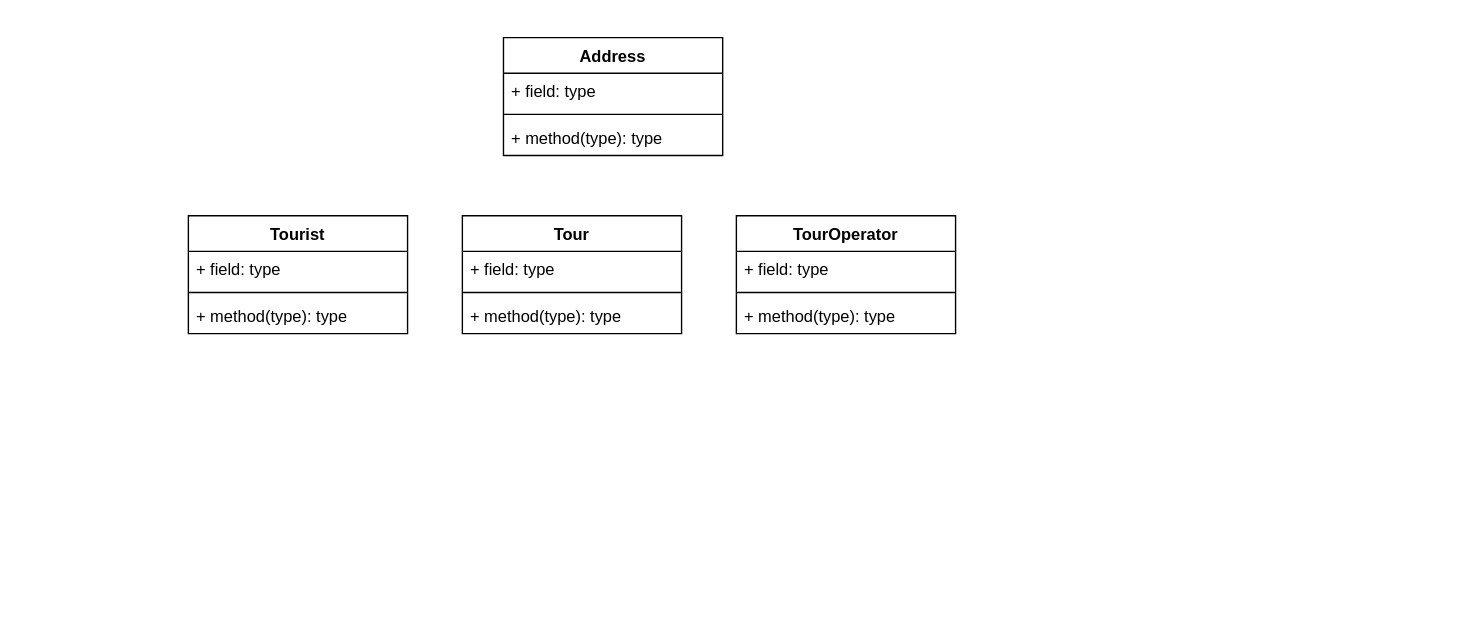
BlenDMinh/SaigonTour keeps this draw.io diagram as page "Class Diagram (Backend)" (3 of 6) of document/diagram.drawio. Above is the earlier version. Source tidied: cells renumbered, new cells numbered last; positions are measured from the earlier drawing's top-left corner, leaving out a move shared by most shapes. Both pictures are drawn from the tidied source at 137%, with x=0, y=0 at pixel (188, 37).
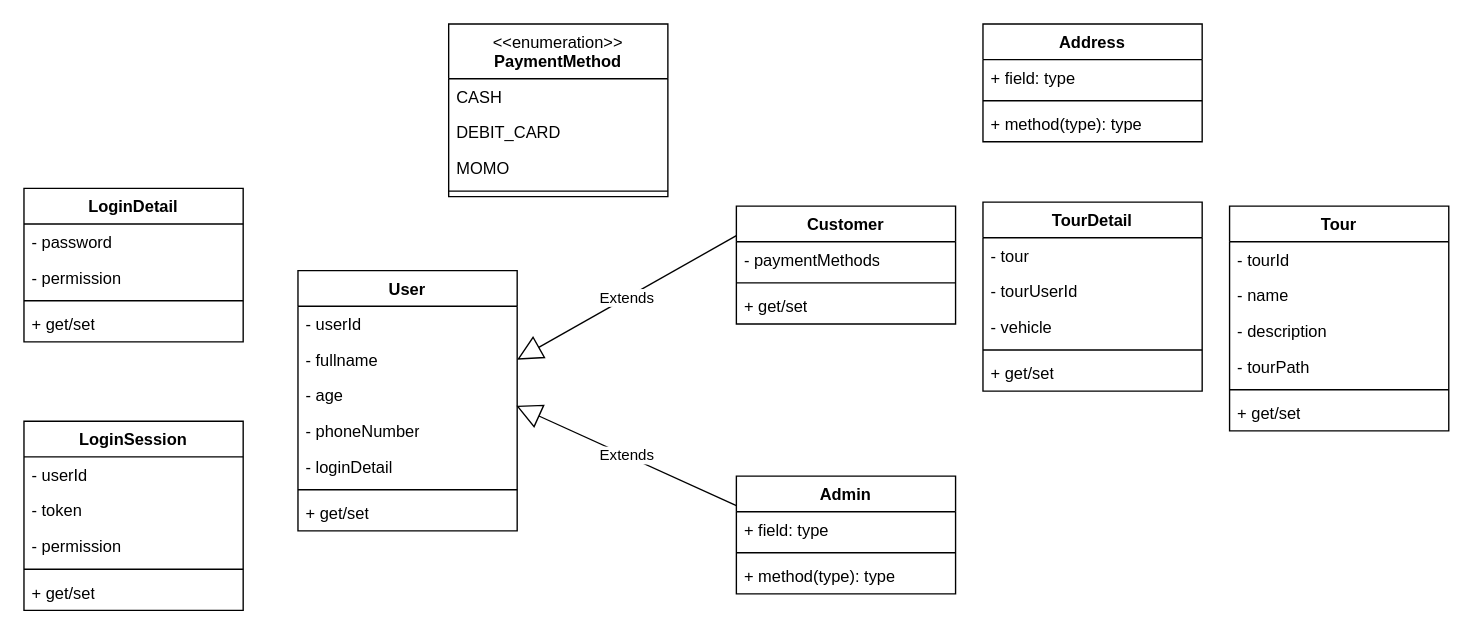
The same page after the edit.

What changed in the source:
```diff
@@
-    <mxCell id="2" value="Tourist" style="swimlane;fontStyle=1;align=center;verticalAlign=top;horizontal=1;startSize=26;whiteSpace=wrap;html=1;" parent="1" vertex="1">
-      <mxGeometry y="130" width="160" height="86" as="geometry" />
+    <mxCell id="2" value="Customer" style="swimlane;fontStyle=1;align=center;verticalAlign=top;horizontal=1;startSize=26;whiteSpace=wrap;html=1;" parent="1" vertex="1">
+      <mxGeometry x="400" y="123" width="160" height="86" as="geometry" />
     </mxCell>
-    <mxCell id="3" value="+ field: type" style="text;strokeColor=none;fillColor=none;align=left;verticalAlign=top;spacingLeft=4;spacingRight=4;overflow=hidden;whiteSpace=wrap;html=1;" parent="2" vertex="1">
+    <mxCell id="3" value="- paymentMethods" style="text;strokeColor=none;fillColor=none;align=left;verticalAlign=top;spacingLeft=4;spacingRight=4;overflow=hidden;whiteSpace=wrap;html=1;" parent="2" vertex="1">
       <mxGeometry y="26" width="160" height="26" as="geometry" />
     </mxCell>
@@
-    <mxCell id="5" value="+ method(type): type" style="text;strokeColor=none;fillColor=none;align=left;verticalAlign=top;spacingLeft=4;spacingRight=4;overflow=hidden;whiteSpace=wrap;html=1;" parent="2" vertex="1">
+    <mxCell id="5" value="+ get/set" style="text;strokeColor=none;fillColor=none;align=left;verticalAlign=top;spacingLeft=4;spacingRight=4;overflow=hidden;whiteSpace=wrap;html=1;" parent="2" vertex="1">
       <mxGeometry y="60" width="160" height="26" as="geometry" />
     </mxCell>
     <mxCell id="6" value="Tour" style="swimlane;fontStyle=1;align=center;verticalAlign=top;horizontal=1;startSize=26;whiteSpace=wrap;html=1;" parent="1" vertex="1">
-      <mxGeometry x="200" y="130" width="160" height="86" as="geometry" />
+      <mxGeometry x="760" y="123" width="160" height="164" as="geometry" />
     </mxCell>
-    <mxCell id="7" value="+ field: type" style="text;strokeColor=none;fillColor=none;align=left;verticalAlign=top;spacingLeft=4;spacingRight=4;overflow=hidden;whiteSpace=wrap;html=1;" parent="6" vertex="1">
+    <mxCell id="7" value="- tourId" style="text;strokeColor=none;fillColor=none;align=left;verticalAlign=top;spacingLeft=4;spacingRight=4;overflow=hidden;whiteSpace=wrap;html=1;" parent="6" vertex="1">
       <mxGeometry y="26" width="160" height="26" as="geometry" />
     </mxCell>
+    <mxCell id="18" value="- name" style="text;strokeColor=none;fillColor=none;align=left;verticalAlign=top;spacingLeft=4;spacingRight=4;overflow=hidden;whiteSpace=wrap;html=1;" parent="6" vertex="1">
+      <mxGeometry y="52" width="160" height="26" as="geometry" />
+    </mxCell>
+    <mxCell id="19" value="- description" style="text;strokeColor=none;fillColor=none;align=left;verticalAlign=top;spacingLeft=4;spacingRight=4;overflow=hidden;whiteSpace=wrap;html=1;" parent="6" vertex="1">
+      <mxGeometry y="78" width="160" height="26" as="geometry" />
+    </mxCell>
+    <mxCell id="20" value="- tourPath" style="text;strokeColor=none;fillColor=none;align=left;verticalAlign=top;spacingLeft=4;spacingRight=4;overflow=hidden;whiteSpace=wrap;html=1;" parent="6" vertex="1">
+      <mxGeometry y="104" width="160" height="26" as="geometry" />
+    </mxCell>
     <mxCell id="8" style="line;strokeWidth=1;fillColor=none;align=left;verticalAlign=middle;spacingTop=-1;spacingLeft=3;spacingRight=3;labelPosition=right;strokeColor=inherit;" parent="6" vertex="1">
-      <mxGeometry y="52" width="160" height="8" as="geometry" />
+      <mxGeometry y="130" width="160" height="8" as="geometry" />
     </mxCell>
-    <mxCell id="9" value="+ method(type): type" style="text;strokeColor=none;fillColor=none;align=left;verticalAlign=top;spacingLeft=4;spacingRight=4;overflow=hidden;whiteSpace=wrap;html=1;" parent="6" vertex="1">
-      <mxGeometry y="60" width="160" height="26" as="geometry" />
+    <mxCell id="9" value="+ get/set" style="text;strokeColor=none;fillColor=none;align=left;verticalAlign=top;spacingLeft=4;spacingRight=4;overflow=hidden;whiteSpace=wrap;html=1;" parent="6" vertex="1">
+      <mxGeometry y="138" width="160" height="26" as="geometry" />
     </mxCell>
-    <mxCell id="10" value="TourOperator" style="swimlane;fontStyle=1;align=center;verticalAlign=top;horizontal=1;startSize=26;whiteSpace=wrap;html=1;" parent="1" vertex="1">
-      <mxGeometry x="400" y="130" width="160" height="86" as="geometry" />
-    </mxCell>
-    <mxCell id="11" value="+ field: type" style="text;strokeColor=none;fillColor=none;align=left;verticalAlign=top;spacingLeft=4;spacingRight=4;overflow=hidden;whiteSpace=wrap;html=1;" parent="10" vertex="1">
-      <mxGeometry y="26" width="160" height="26" as="geometry" />
-    </mxCell>
-    <mxCell id="12" style="line;strokeWidth=1;fillColor=none;align=left;verticalAlign=middle;spacingTop=-1;spacingLeft=3;spacingRight=3;labelPosition=right;strokeColor=inherit;" parent="10" vertex="1">
-      <mxGeometry y="52" width="160" height="8" as="geometry" />
-    </mxCell>
-    <mxCell id="13" value="+ method(type): type" style="text;strokeColor=none;fillColor=none;align=left;verticalAlign=top;spacingLeft=4;spacingRight=4;overflow=hidden;whiteSpace=wrap;html=1;" parent="10" vertex="1">
-      <mxGeometry y="60" width="160" height="26" as="geometry" />
-    </mxCell>
     <mxCell id="14" value="Address" style="swimlane;fontStyle=1;align=center;verticalAlign=top;horizontal=1;startSize=26;whiteSpace=wrap;html=1;" parent="1" vertex="1">
-      <mxGeometry x="230" width="160" height="86" as="geometry" />
+      <mxGeometry x="580" y="-10" width="160" height="86" as="geometry" />
     </mxCell>
@@
+    <mxCell id="21" value="Admin" style="swimlane;fontStyle=1;align=center;verticalAlign=top;horizontal=1;startSize=26;whiteSpace=wrap;html=1;" parent="1" vertex="1">
+      <mxGeometry x="400" y="320" width="160" height="86" as="geometry" />
+    </mxCell>
+    <mxCell id="11" value="+ field: type" style="text;strokeColor=none;fillColor=none;align=left;verticalAlign=top;spacingLeft=4;spacingRight=4;overflow=hidden;whiteSpace=wrap;html=1;" parent="21" vertex="1">
+      <mxGeometry y="26" width="160" height="26" as="geometry" />
+    </mxCell>
+    <mxCell id="12" style="line;strokeWidth=1;fillColor=none;align=left;verticalAlign=middle;spacingTop=-1;spacingLeft=3;spacingRight=3;labelPosition=right;strokeColor=inherit;" parent="21" vertex="1">
+      <mxGeometry y="52" width="160" height="8" as="geometry" />
+    </mxCell>
+    <mxCell id="13" value="+ method(type): type" style="text;strokeColor=none;fillColor=none;align=left;verticalAlign=top;spacingLeft=4;spacingRight=4;overflow=hidden;whiteSpace=wrap;html=1;" parent="21" vertex="1">
+      <mxGeometry y="60" width="160" height="26" as="geometry" />
+    </mxCell>
+    <mxCell id="22" value="LoginDetail" style="swimlane;fontStyle=1;align=center;verticalAlign=top;horizontal=1;startSize=26;whiteSpace=wrap;html=1;" parent="1" vertex="1">
+      <mxGeometry x="-120" y="110" width="160" height="112" as="geometry" />
+    </mxCell>
+    <mxCell id="23" value="- password" style="text;strokeColor=none;fillColor=none;align=left;verticalAlign=top;spacingLeft=4;spacingRight=4;overflow=hidden;whiteSpace=wrap;html=1;" parent="22" vertex="1">
+      <mxGeometry y="26" width="160" height="26" as="geometry" />
+    </mxCell>
+    <mxCell id="24" value="- permission" style="text;strokeColor=none;fillColor=none;align=left;verticalAlign=top;spacingLeft=4;spacingRight=4;overflow=hidden;whiteSpace=wrap;html=1;" parent="22" vertex="1">
+      <mxGeometry y="52" width="160" height="26" as="geometry" />
+    </mxCell>
+    <mxCell id="25" style="line;strokeWidth=1;fillColor=none;align=left;verticalAlign=middle;spacingTop=-1;spacingLeft=3;spacingRight=3;labelPosition=right;strokeColor=inherit;" parent="22" vertex="1">
+      <mxGeometry y="78" width="160" height="8" as="geometry" />
+    </mxCell>
+    <mxCell id="26" value="+ get/set" style="text;strokeColor=none;fillColor=none;align=left;verticalAlign=top;spacingLeft=4;spacingRight=4;overflow=hidden;whiteSpace=wrap;html=1;" parent="22" vertex="1">
+      <mxGeometry y="86" width="160" height="26" as="geometry" />
+    </mxCell>
+    <mxCell id="27" value="LoginSession" style="swimlane;fontStyle=1;align=center;verticalAlign=top;horizontal=1;startSize=26;whiteSpace=wrap;html=1;" parent="1" vertex="1">
+      <mxGeometry x="-120" y="280" width="160" height="138" as="geometry" />
+    </mxCell>
+    <mxCell id="28" value="- userId" style="text;strokeColor=none;fillColor=none;align=left;verticalAlign=top;spacingLeft=4;spacingRight=4;overflow=hidden;whiteSpace=wrap;html=1;" parent="27" vertex="1">
+      <mxGeometry y="26" width="160" height="26" as="geometry" />
+    </mxCell>
+    <mxCell id="29" value="- token" style="text;strokeColor=none;fillColor=none;align=left;verticalAlign=top;spacingLeft=4;spacingRight=4;overflow=hidden;whiteSpace=wrap;html=1;" parent="27" vertex="1">
+      <mxGeometry y="52" width="160" height="26" as="geometry" />
+    </mxCell>
+    <mxCell id="30" value="- permission" style="text;strokeColor=none;fillColor=none;align=left;verticalAlign=top;spacingLeft=4;spacingRight=4;overflow=hidden;whiteSpace=wrap;html=1;" parent="27" vertex="1">
+      <mxGeometry y="78" width="160" height="26" as="geometry" />
+    </mxCell>
+    <mxCell id="31" style="line;strokeWidth=1;fillColor=none;align=left;verticalAlign=middle;spacingTop=-1;spacingLeft=3;spacingRight=3;labelPosition=right;strokeColor=inherit;" parent="27" vertex="1">
+      <mxGeometry y="104" width="160" height="8" as="geometry" />
+    </mxCell>
+    <mxCell id="32" value="+ get/set" style="text;strokeColor=none;fillColor=none;align=left;verticalAlign=top;spacingLeft=4;spacingRight=4;overflow=hidden;whiteSpace=wrap;html=1;" parent="27" vertex="1">
+      <mxGeometry y="112" width="160" height="26" as="geometry" />
+    </mxCell>
+    <mxCell id="33" value="User" style="swimlane;fontStyle=1;align=center;verticalAlign=top;horizontal=1;startSize=26;whiteSpace=wrap;html=1;" parent="1" vertex="1">
+      <mxGeometry x="80" y="170" width="160" height="190" as="geometry" />
+    </mxCell>
+    <mxCell id="34" value="- userId" style="text;strokeColor=none;fillColor=none;align=left;verticalAlign=top;spacingLeft=4;spacingRight=4;overflow=hidden;whiteSpace=wrap;html=1;" parent="33" vertex="1">
+      <mxGeometry y="26" width="160" height="26" as="geometry" />
+    </mxCell>
+    <mxCell id="35" value="- fullname" style="text;strokeColor=none;fillColor=none;align=left;verticalAlign=top;spacingLeft=4;spacingRight=4;overflow=hidden;points=[[0,0.5],[1,0.5]];portConstraint=eastwest;whiteSpace=wrap;html=1;" parent="33" vertex="1">
+      <mxGeometry y="52" width="160" height="26" as="geometry" />
+    </mxCell>
+    <mxCell id="36" value="- age" style="text;strokeColor=none;fillColor=none;align=left;verticalAlign=top;spacingLeft=4;spacingRight=4;overflow=hidden;points=[[0,0.5],[1,0.5]];portConstraint=eastwest;whiteSpace=wrap;html=1;" parent="33" vertex="1">
+      <mxGeometry y="78" width="160" height="26" as="geometry" />
+    </mxCell>
+    <mxCell id="37" value="- phoneNumber" style="text;strokeColor=none;fillColor=none;align=left;verticalAlign=top;spacingLeft=4;spacingRight=4;overflow=hidden;whiteSpace=wrap;html=1;" parent="33" vertex="1">
+      <mxGeometry y="104" width="160" height="26" as="geometry" />
+    </mxCell>
+    <mxCell id="38" value="- loginDetail" style="text;strokeColor=none;fillColor=none;align=left;verticalAlign=top;spacingLeft=4;spacingRight=4;overflow=hidden;whiteSpace=wrap;html=1;" parent="33" vertex="1">
+      <mxGeometry y="130" width="160" height="26" as="geometry" />
+    </mxCell>
+    <mxCell id="39" style="line;strokeWidth=1;fillColor=none;align=left;verticalAlign=middle;spacingTop=-1;spacingLeft=3;spacingRight=3;labelPosition=right;strokeColor=inherit;" parent="33" vertex="1">
+      <mxGeometry y="156" width="160" height="8" as="geometry" />
+    </mxCell>
+    <mxCell id="40" value="+ get/set" style="text;strokeColor=none;fillColor=none;align=left;verticalAlign=top;spacingLeft=4;spacingRight=4;overflow=hidden;whiteSpace=wrap;html=1;" parent="33" vertex="1">
+      <mxGeometry y="164" width="160" height="26" as="geometry" />
+    </mxCell>
+    <mxCell id="41" value="Extends" style="endArrow=block;endSize=16;endFill=0;html=1;rounded=0;exitX=0;exitY=0.25;exitDx=0;exitDy=0;entryX=1;entryY=0.5;entryDx=0;entryDy=0;" parent="1" edge="1" source="2" target="35">
+      <mxGeometry relative="1" as="geometry" />
+    </mxCell>
+    <mxCell id="42" value="Extends" style="endArrow=block;endSize=16;endFill=0;html=1;rounded=0;exitX=0;exitY=0.25;exitDx=0;exitDy=0;entryX=0.996;entryY=0.795;entryDx=0;entryDy=0;entryPerimeter=0;" parent="1" edge="1" source="21" target="36">
+      <mxGeometry relative="1" as="geometry" />
+    </mxCell>
+    <mxCell id="43" value="TourDetail" style="swimlane;fontStyle=1;align=center;verticalAlign=top;horizontal=1;startSize=26;whiteSpace=wrap;html=1;" parent="1" vertex="1">
+      <mxGeometry x="580" y="120" width="160" height="138" as="geometry" />
+    </mxCell>
+    <mxCell id="44" value="- tour" style="text;strokeColor=none;fillColor=none;align=left;verticalAlign=top;spacingLeft=4;spacingRight=4;overflow=hidden;whiteSpace=wrap;html=1;" parent="43" vertex="1">
+      <mxGeometry y="26" width="160" height="26" as="geometry" />
+    </mxCell>
+    <mxCell id="45" value="- tourUserId" style="text;strokeColor=none;fillColor=none;align=left;verticalAlign=top;spacingLeft=4;spacingRight=4;overflow=hidden;whiteSpace=wrap;html=1;" parent="43" vertex="1">
+      <mxGeometry y="52" width="160" height="26" as="geometry" />
+    </mxCell>
+    <mxCell id="46" value="- vehicle" style="text;strokeColor=none;fillColor=none;align=left;verticalAlign=top;spacingLeft=4;spacingRight=4;overflow=hidden;whiteSpace=wrap;html=1;" parent="43" vertex="1">
+      <mxGeometry y="78" width="160" height="26" as="geometry" />
+    </mxCell>
+    <mxCell id="47" style="line;strokeWidth=1;fillColor=none;align=left;verticalAlign=middle;spacingTop=-1;spacingLeft=3;spacingRight=3;labelPosition=right;strokeColor=inherit;" parent="43" vertex="1">
+      <mxGeometry y="104" width="160" height="8" as="geometry" />
+    </mxCell>
+    <mxCell id="48" value="+ get/set" style="text;strokeColor=none;fillColor=none;align=left;verticalAlign=top;spacingLeft=4;spacingRight=4;overflow=hidden;whiteSpace=wrap;html=1;" parent="43" vertex="1">
+      <mxGeometry y="112" width="160" height="26" as="geometry" />
+    </mxCell>
+    <mxCell id="49" value="&lt;span style=&quot;font-weight: normal;&quot;&gt;&amp;lt;&amp;lt;enumeration&amp;gt;&amp;gt;&lt;/span&gt;&lt;br&gt;PaymentMethod" style="swimlane;fontStyle=1;align=center;verticalAlign=top;horizontal=1;startSize=40;whiteSpace=wrap;html=1;" parent="1" vertex="1">
+      <mxGeometry x="190" y="-10" width="160" height="126" as="geometry" />
+    </mxCell>
+    <mxCell id="50" value="CASH" style="text;strokeColor=none;fillColor=none;align=left;verticalAlign=top;spacingLeft=4;spacingRight=4;overflow=hidden;whiteSpace=wrap;html=1;" parent="49" vertex="1">
+      <mxGeometry y="40" width="160" height="26" as="geometry" />
+    </mxCell>
+    <mxCell id="51" value="DEBIT_CARD" style="text;strokeColor=none;fillColor=none;align=left;verticalAlign=top;spacingLeft=4;spacingRight=4;overflow=hidden;whiteSpace=wrap;html=1;" parent="49" vertex="1">
+      <mxGeometry y="66" width="160" height="26" as="geometry" />
+    </mxCell>
+    <mxCell id="52" value="MOMO" style="text;strokeColor=none;fillColor=none;align=left;verticalAlign=top;spacingLeft=4;spacingRight=4;overflow=hidden;whiteSpace=wrap;html=1;" parent="49" vertex="1">
+      <mxGeometry y="92" width="160" height="26" as="geometry" />
+    </mxCell>
+    <mxCell id="53" style="line;strokeWidth=1;fillColor=none;align=left;verticalAlign=middle;spacingTop=-1;spacingLeft=3;spacingRight=3;labelPosition=right;strokeColor=inherit;" parent="49" vertex="1">
+      <mxGeometry y="118" width="160" height="8" as="geometry" />
+    </mxCell>
```
